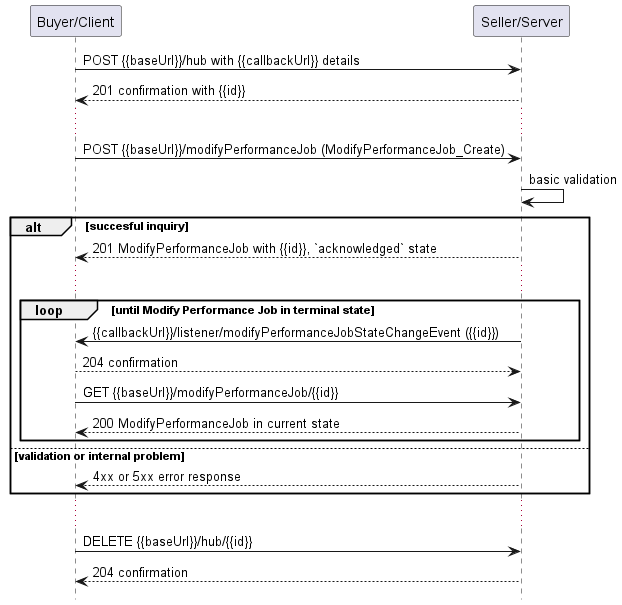
Earlier version of the PlantUML export documentation/serviceApi/pm/performance/media/useCase9Notification.png (MEF-GIT/MEF-LSO-Legato-SDK). Its diagram source:
```plantuml
@startuml useCase9Notification

hide footbox

participant "Buyer/Client" as B
participant "Seller/Server" as S

B -> S: POST {{baseUrl}}/hub with {{callbackUrl}} details
S --> B: 201 confirmation with {{id}}
...
B -> S: POST {{baseUrl}}/modifyPerformanceJob (ModifyPerformanceJob_Create)
S -> S: basic validation

alt succesful inquiry
  S --> B: 201 ModifyPerformanceJob with {{id}}, `acknowledged` state
  ...

  group loop [until Modify Performance Job in terminal state]
      S -> B: {{callbackUrl}}/listener/modifyPerformanceJobStateChangeEvent ({{id}})
      B --> S: 204 confirmation
      B -> S:   GET {{baseUrl}}/modifyPerformanceJob/{{id}}
      return 200 ModifyPerformanceJob in current state
  end

else validation or internal problem
  S --> B : 4xx or 5xx error response
end

...

B -> S : DELETE {{baseUrl}}/hub/{{id}}
S --> B : 204 confirmation

@enduml
```
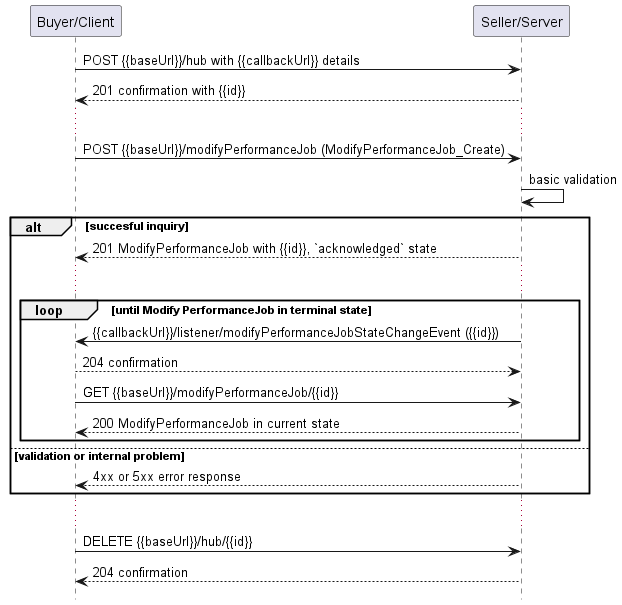
After the change.

Change to the diagram source:
```diff
@@ -15,7 +15,7 @@
   S --> B: 201 ModifyPerformanceJob with {{id}}, `acknowledged` state
   ...
 
-  group loop [until Modify Performance Job in terminal state]
+  group loop [until Modify PerformanceJob in terminal state]
       S -> B: {{callbackUrl}}/listener/modifyPerformanceJobStateChangeEvent ({{id}})
       B --> S: 204 confirmation
       B -> S:   GET {{baseUrl}}/modifyPerformanceJob/{{id}}
```
